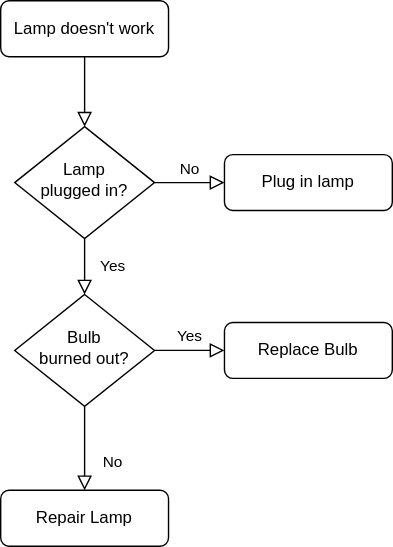
Before: doc/generation_test_2.drawio.svg, a diagram exported from draw.io (nkoester/github-experiments). Source tidied: cells renumbered, new cells last; positions are measured from the earlier drawing's top-left corner, leaving out a move shared by most shapes.
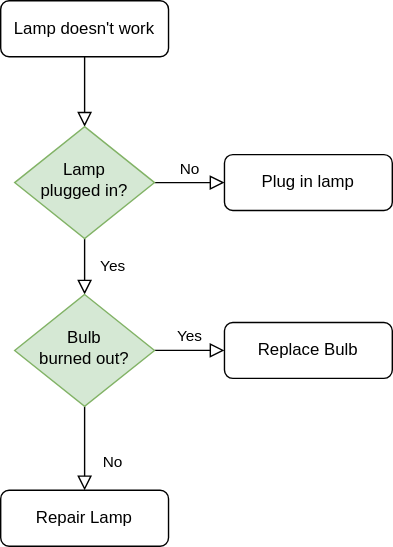
The same file after the commit.

What changed in the source:
```diff
@@ -14,7 +14,7 @@
     <mxCell id="5" value="No" style="edgeStyle=orthogonalEdgeStyle;rounded=0;html=1;jettySize=auto;fontSize=11;endArrow=block;endFill=0;endSize=8;strokeWidth=1;shadow=0;labelBackgroundColor=none;" parent="1" edge="1" source="6" target="7">
       <mxGeometry y="10" relative="1" as="geometry" />
     </mxCell>
-    <mxCell id="6" value="Lamp&lt;br&gt;plugged in?" style="rhombus;whiteSpace=wrap;html=1;shadow=0;fontFamily=Helvetica;fontSize=12;align=center;strokeWidth=1;spacing=6;spacingTop=-4;" parent="1" vertex="1">
+    <mxCell id="6" value="Lamp&lt;br&gt;plugged in?" style="rhombus;whiteSpace=wrap;html=1;shadow=0;fontFamily=Helvetica;fontSize=12;align=center;strokeWidth=1;spacing=6;spacingTop=-4;fillColor=#d5e8d4;strokeColor=#82b366;" parent="1" vertex="1">
       <mxGeometry x="10" y="90" width="100" height="80" as="geometry" />
     </mxCell>
     <mxCell id="7" value="Plug in lamp" style="rounded=1;whiteSpace=wrap;html=1;fontSize=12;glass=0;strokeWidth=1;shadow=0;" parent="1" vertex="1">
@@ -26,7 +26,7 @@
     <mxCell id="9" value="Yes" style="edgeStyle=orthogonalEdgeStyle;rounded=0;html=1;jettySize=auto;fontSize=11;endArrow=block;endFill=0;endSize=8;strokeWidth=1;shadow=0;labelBackgroundColor=none;" parent="1" edge="1" source="10" target="12">
       <mxGeometry y="10" relative="1" as="geometry" />
     </mxCell>
-    <mxCell id="10" value="Bulb&lt;br&gt;burned out?" style="rhombus;whiteSpace=wrap;html=1;shadow=0;fontFamily=Helvetica;fontSize=12;align=center;strokeWidth=1;spacing=6;spacingTop=-4;" parent="1" vertex="1">
+    <mxCell id="10" value="Bulb&lt;br&gt;burned out?" style="rhombus;whiteSpace=wrap;html=1;shadow=0;fontFamily=Helvetica;fontSize=12;align=center;strokeWidth=1;spacing=6;spacingTop=-4;fillColor=#d5e8d4;strokeColor=#82b366;" parent="1" vertex="1">
       <mxGeometry x="10" y="210" width="100" height="80" as="geometry" />
     </mxCell>
     <mxCell id="11" value="Repair Lamp" style="rounded=1;whiteSpace=wrap;html=1;fontSize=12;glass=0;strokeWidth=1;shadow=0;" parent="1" vertex="1">
```
